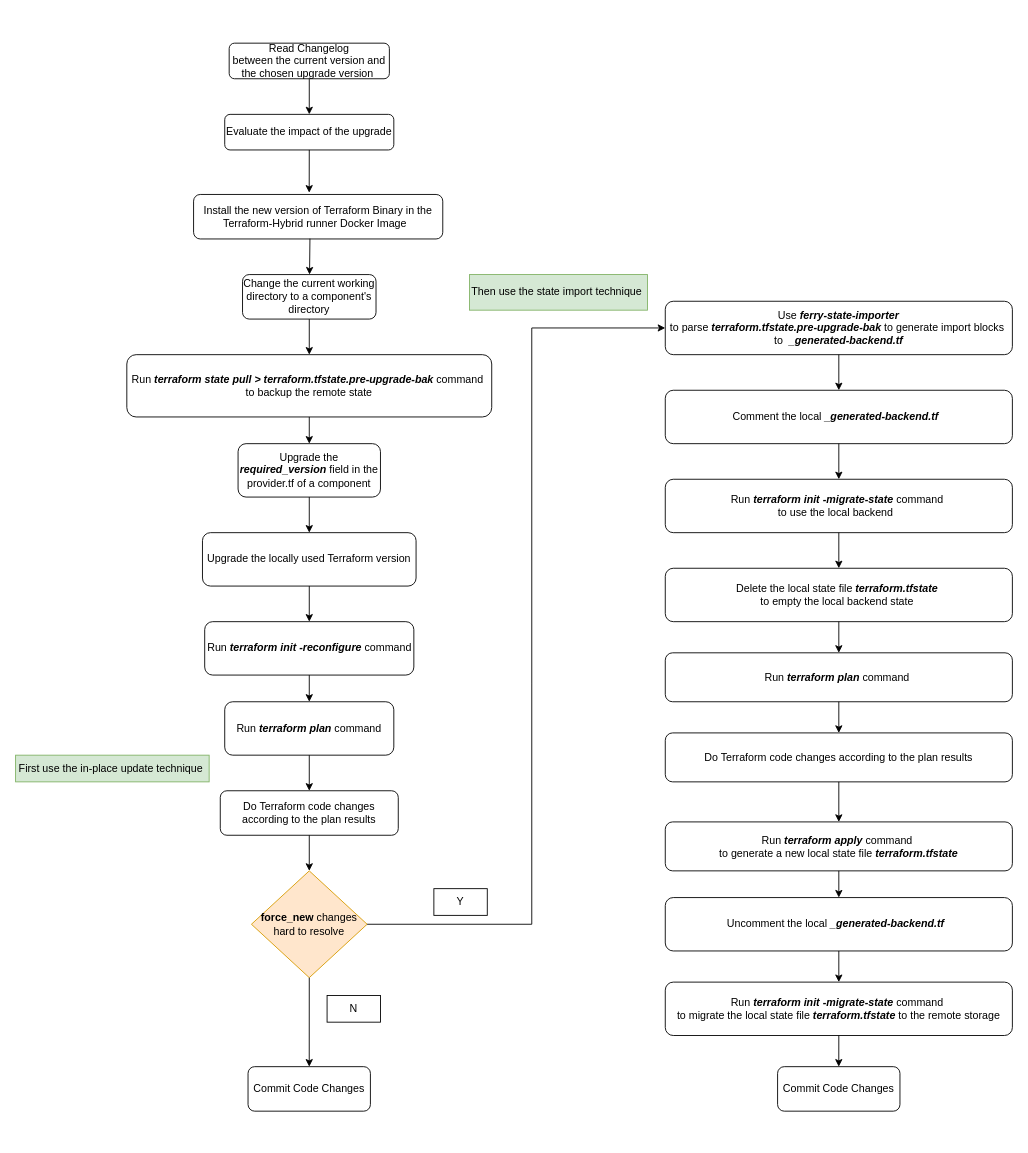
Earlier version of the draw.io diagram page "terraform-upgrade-steps" (3 of 4) of terraform-version-chosen-strategy.drawio (YanshanSong/draw.io). Source tidied: cells renumbered, new cells numbered last; positions are measured from the earlier drawing's top-left corner, leaving out a move shared by most shapes. Both pictures are drawn from the tidied source at 89%, with x=0, y=0 at pixel (15, 43).
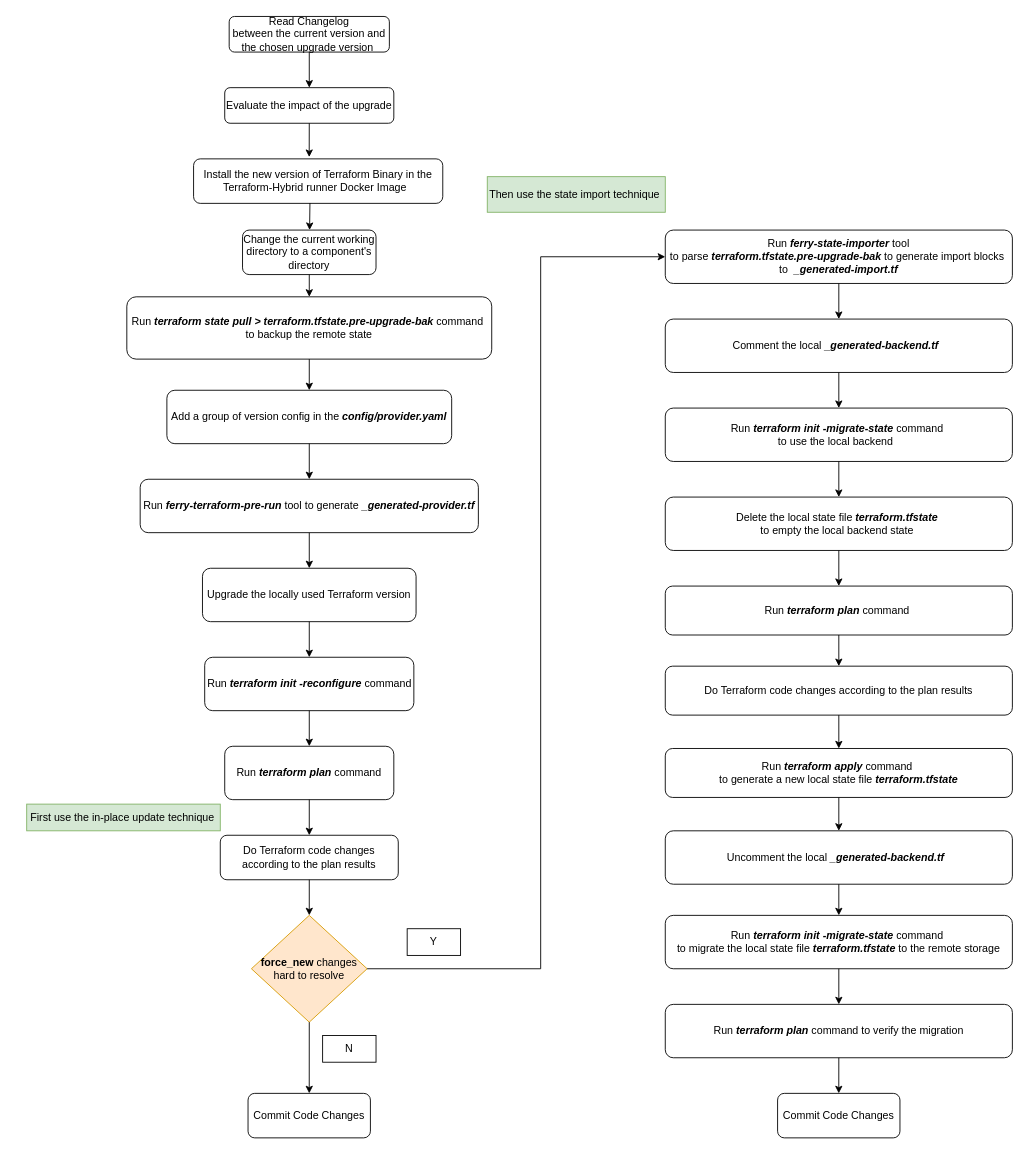
The same page after the edit.

Change to the diagram source:
```diff
@@
     <mxCell id="2" value="Read Changelog&lt;div&gt;between the current version and the chosen upgrade version&amp;nbsp;&lt;/div&gt;" style="rounded=1;whiteSpace=wrap;html=1;" parent="1" vertex="1">
-      <mxGeometry x="240" width="180" height="40" as="geometry" />
+      <mxGeometry x="240" y="-30" width="180" height="40" as="geometry" />
     </mxCell>
     <mxCell id="3" value="Install the new version of Terraform Binary in the Terraform-Hybrid runner Docker Image&amp;nbsp;&amp;nbsp;" style="rounded=1;whiteSpace=wrap;html=1;" parent="1" vertex="1">
-      <mxGeometry x="200" y="170" width="280" height="50" as="geometry" />
+      <mxGeometry x="200" y="130" width="280" height="50" as="geometry" />
     </mxCell>
-    <mxCell id="4" value="Upgrade the &lt;b&gt;&lt;i&gt;required_version&lt;/i&gt;&lt;/b&gt; field in the provider.tf of a component" style="rounded=1;whiteSpace=wrap;html=1;" parent="1" vertex="1">
-      <mxGeometry x="250" y="450" width="160" height="60" as="geometry" />
+    <mxCell id="4" value="Add a group of version config in the &lt;b&gt;&lt;i&gt;config/provider.yaml&lt;/i&gt;&lt;/b&gt;" style="rounded=1;whiteSpace=wrap;html=1;" parent="1" vertex="1">
+      <mxGeometry x="170" y="390" width="320" height="60" as="geometry" />
     </mxCell>
     <mxCell id="5" value="Upgrade the locally used Terraform version" style="rounded=1;whiteSpace=wrap;html=1;" parent="1" vertex="1">
-      <mxGeometry x="210" y="550" width="240" height="60" as="geometry" />
+      <mxGeometry x="210" y="590" width="240" height="60" as="geometry" />
     </mxCell>
     <mxCell id="6" value="Run &lt;b&gt;&lt;i&gt;terraform plan&lt;/i&gt;&lt;/b&gt; command" style="rounded=1;whiteSpace=wrap;html=1;" parent="1" vertex="1">
-      <mxGeometry x="235" y="740" width="190" height="60" as="geometry" />
+      <mxGeometry x="235" y="790" width="190" height="60" as="geometry" />
     </mxCell>
     <mxCell id="7" value="&lt;b&gt;force_new&lt;/b&gt; changes&lt;div&gt;hard to resolve&lt;/div&gt;" style="rhombus;whiteSpace=wrap;html=1;fillColor=#ffe6cc;strokeColor=#d79b00;" parent="1" vertex="1">
-      <mxGeometry x="265" y="930" width="130" height="120" as="geometry" />
+      <mxGeometry x="265" y="980" width="130" height="120" as="geometry" />
     </mxCell>
     <mxCell id="8" value="Run &lt;b&gt;&lt;i&gt;terraform init -reconfigure&lt;/i&gt;&lt;/b&gt;&amp;nbsp;command" style="rounded=1;whiteSpace=wrap;html=1;" parent="1" vertex="1">
-      <mxGeometry x="212.5" y="650" width="235" height="60" as="geometry" />
+      <mxGeometry x="212.5" y="690" width="235" height="60" as="geometry" />
     </mxCell>
     <mxCell id="9" value="Run &lt;i style=&quot;font-weight: bold;&quot;&gt;terraform state pull &amp;gt;&amp;nbsp;terraform.tfstate.pre-upgrade-bak&amp;nbsp;&lt;/i&gt;command&amp;nbsp;&lt;div&gt;to backup the remote state&lt;/div&gt;" style="rounded=1;whiteSpace=wrap;html=1;" parent="1" vertex="1">
-      <mxGeometry x="125" y="350" width="410" height="70" as="geometry" />
+      <mxGeometry x="125" y="285" width="410" height="70" as="geometry" />
     </mxCell>
     <mxCell id="10" value="Change the current working directory to a component's directory" style="rounded=1;whiteSpace=wrap;html=1;" parent="1" vertex="1">
-      <mxGeometry x="255" y="260" width="150" height="50" as="geometry" />
+      <mxGeometry x="255" y="210" width="150" height="50" as="geometry" />
     </mxCell>
     <mxCell id="11" value="Do Terraform code changes according to the plan results" style="rounded=1;whiteSpace=wrap;html=1;" parent="1" vertex="1">
-      <mxGeometry x="230" y="840" width="200" height="50" as="geometry" />
+      <mxGeometry x="230" y="890" width="200" height="50" as="geometry" />
     </mxCell>
     <mxCell id="12" value="Commit Code Changes" style="rounded=1;whiteSpace=wrap;html=1;" parent="1" vertex="1">
-      <mxGeometry x="261.2" y="1150" width="137.5" height="50" as="geometry" />
+      <mxGeometry x="261.2" y="1180" width="137.5" height="50" as="geometry" />
     </mxCell>
     <mxCell id="13" value="Comment the local&amp;nbsp;&lt;b&gt;&lt;i&gt;_generated-backend.tf &lt;/i&gt;&lt;/b&gt;&amp;nbsp;" style="rounded=1;whiteSpace=wrap;html=1;" parent="1" vertex="1">
-      <mxGeometry x="730" y="390" width="390" height="60" as="geometry" />
+      <mxGeometry x="730" y="310" width="390" height="60" as="geometry" />
     </mxCell>
@@
     <mxCell id="15" value="N" style="text;html=1;align=center;verticalAlign=middle;whiteSpace=wrap;rounded=0;fillColor=none;strokeColor=default;" parent="1" vertex="1">
-      <mxGeometry x="350" y="1070" width="60" height="30" as="geometry" />
+      <mxGeometry x="345" y="1115" width="60" height="30" as="geometry" />
     </mxCell>
     <mxCell id="16" style="endArrow=classic;html=1;rounded=0;exitX=1;exitY=0.5;exitDx=0;exitDy=0;entryX=0;entryY=0.5;entryDx=0;entryDy=0;" parent="1" edge="1" source="7" target="21">
       <mxGeometry relative="1" as="geometry">
         <Array as="points">
-          <mxPoint x="580" y="990" />
-          <mxPoint x="580" y="720" />
-          <mxPoint x="580" y="320" />
+          <mxPoint x="590" y="1040" />
+          <mxPoint x="590" y="240" />
         </Array>
       </mxGeometry>
     </mxCell>
     <mxCell id="17" value="Y" style="text;html=1;align=center;verticalAlign=middle;whiteSpace=wrap;rounded=0;fillColor=none;strokeColor=default;" parent="1" vertex="1">
-      <mxGeometry x="470" y="950" width="60" height="30" as="geometry" />
+      <mxGeometry x="440" y="995" width="60" height="30" as="geometry" />
     </mxCell>
     <mxCell id="18" value="Then use the state import technique&amp;nbsp;" style="text;html=1;align=center;verticalAlign=middle;whiteSpace=wrap;rounded=0;strokeColor=#82b366;fillColor=#d5e8d4;" parent="1" vertex="1">
-      <mxGeometry x="510" y="260" width="200" height="40" as="geometry" />
+      <mxGeometry x="530" y="150" width="200" height="40" as="geometry" />
     </mxCell>
     <mxCell id="19" value="Run &lt;i style=&quot;font-weight: bold;&quot;&gt;terraform init&amp;nbsp;-migrate-state &lt;/i&gt;command&amp;nbsp;&lt;div&gt;to use the local backend&amp;nbsp;&amp;nbsp;&lt;/div&gt;" style="rounded=1;whiteSpace=wrap;html=1;" parent="1" vertex="1">
-      <mxGeometry x="730" y="490" width="390" height="60" as="geometry" />
+      <mxGeometry x="730" y="410" width="390" height="60" as="geometry" />
     </mxCell>
     <mxCell id="20" value="Delete the local state file&amp;nbsp;&lt;i style=&quot;font-weight: bold;&quot;&gt;terraform.tfstate&amp;nbsp;&lt;/i&gt;&lt;div&gt;to empty the local backend&amp;nbsp;state&lt;i style=&quot;font-weight: bold;&quot;&gt;&amp;nbsp;&lt;/i&gt;&lt;/div&gt;" style="rounded=1;whiteSpace=wrap;html=1;" parent="1" vertex="1">
-      <mxGeometry x="730" y="590" width="390" height="60" as="geometry" />
+      <mxGeometry x="730" y="510" width="390" height="60" as="geometry" />
     </mxCell>
-    <mxCell id="21" value="Use &lt;i style=&quot;font-weight: bold;&quot;&gt;ferry-state-importer&lt;/i&gt;&lt;div&gt;to parse&amp;nbsp;&lt;i style=&quot;font-weight: bold;&quot;&gt;terraform.tfstate.pre-upgrade-bak&lt;/i&gt;&amp;nbsp;to generate import blocks&amp;nbsp;&lt;div&gt;to&amp;nbsp;&amp;nbsp;&lt;b&gt;&lt;i&gt;_generated-backend.tf&lt;/i&gt;&lt;/b&gt;&lt;/div&gt;&lt;/div&gt;" style="rounded=1;whiteSpace=wrap;html=1;" parent="1" vertex="1">
-      <mxGeometry x="730" y="290" width="390" height="60" as="geometry" />
+    <mxCell id="21" value="Run&amp;nbsp;&lt;i style=&quot;font-weight: bold;&quot;&gt;ferry-state-importer &lt;/i&gt;tool&lt;div&gt;to parse&amp;nbsp;&lt;i style=&quot;font-weight: bold;&quot;&gt;terraform.tfstate.pre-upgrade-bak&lt;/i&gt;&amp;nbsp;to generate import blocks&amp;nbsp;&lt;div&gt;to&amp;nbsp;&amp;nbsp;&lt;b&gt;&lt;i&gt;_generated-import.tf&lt;/i&gt;&lt;/b&gt;&lt;/div&gt;&lt;/div&gt;" style="rounded=1;whiteSpace=wrap;html=1;" parent="1" vertex="1">
+      <mxGeometry x="730" y="210" width="390" height="60" as="geometry" />
     </mxCell>
     <mxCell id="22" value="First use the in-place update technique&amp;nbsp;" style="text;html=1;align=center;verticalAlign=middle;whiteSpace=wrap;rounded=0;strokeColor=#82b366;fillColor=#d5e8d4;" parent="1" vertex="1">
-      <mxGeometry y="800" width="217.5" height="30" as="geometry" />
+      <mxGeometry x="12.5" y="855" width="217.5" height="30" as="geometry" />
     </mxCell>
     <mxCell id="23" value="&lt;div&gt;Run &lt;b&gt;&lt;i&gt;terraform plan&amp;nbsp;&lt;/i&gt;&lt;/b&gt;command&amp;nbsp;&lt;/div&gt;" style="rounded=1;whiteSpace=wrap;html=1;" parent="1" vertex="1">
-      <mxGeometry x="730" y="685" width="390" height="55" as="geometry" />
+      <mxGeometry x="730" y="610" width="390" height="55" as="geometry" />
     </mxCell>
     <mxCell id="24" value="Uncomment the local&amp;nbsp;&lt;b&gt;&lt;i&gt;_generated-backend.tf&amp;nbsp;&lt;/i&gt;&lt;/b&gt;&amp;nbsp;" style="rounded=1;whiteSpace=wrap;html=1;" parent="1" vertex="1">
-      <mxGeometry x="730" y="960" width="390" height="60" as="geometry" />
+      <mxGeometry x="730" y="885" width="390" height="60" as="geometry" />
     </mxCell>
     <mxCell id="25" value="Run &lt;i style=&quot;font-weight: bold;&quot;&gt;terraform init&amp;nbsp;-migrate-state &lt;/i&gt;command&amp;nbsp;&lt;div&gt;to migrate the local state file&amp;nbsp;&lt;span style=&quot;background-color: initial;&quot;&gt;&lt;i style=&quot;font-weight: bold;&quot;&gt;terraform.tfstate &lt;/i&gt;to the remote storage&lt;/span&gt;&lt;/div&gt;" style="rounded=1;whiteSpace=wrap;html=1;" parent="1" vertex="1">
-      <mxGeometry x="730" y="1055" width="390" height="60" as="geometry" />
+      <mxGeometry x="730" y="980" width="390" height="60" as="geometry" />
     </mxCell>
     <mxCell id="26" value="Commit Code Changes" style="rounded=1;whiteSpace=wrap;html=1;" parent="1" vertex="1">
-      <mxGeometry x="856.2" y="1150" width="137.5" height="50" as="geometry" />
+      <mxGeometry x="856.2" y="1180" width="137.5" height="50" as="geometry" />
     </mxCell>
@@
-    <mxCell id="32" style="endArrow=classic;html=1;rounded=0;exitX=0.5;exitY=1;exitDx=0;exitDy=0;entryX=0.5;entryY=0;entryDx=0;entryDy=0;" parent="1" edge="1" source="25" target="26">
-      <mxGeometry relative="1" as="geometry" />
-    </mxCell>
     <mxCell id="33" value="&lt;div&gt;Run &lt;b&gt;&lt;i&gt;terraform apply&lt;/i&gt;&lt;/b&gt; command&amp;nbsp;&lt;/div&gt;&lt;div&gt;to generate a new local state file&amp;nbsp;&lt;b&gt;&lt;i&gt;terraform.tfstate&lt;/i&gt;&lt;/b&gt;&lt;/div&gt;" style="rounded=1;whiteSpace=wrap;html=1;" parent="1" vertex="1">
-      <mxGeometry x="730" y="875" width="390" height="55" as="geometry" />
+      <mxGeometry x="730" y="792.5" width="390" height="55" as="geometry" />
     </mxCell>
     <mxCell id="34" value="Do Terraform code changes according to the plan results" style="rounded=1;whiteSpace=wrap;html=1;" parent="1" vertex="1">
-      <mxGeometry x="730" y="775" width="390" height="55" as="geometry" />
+      <mxGeometry x="730" y="700" width="390" height="55" as="geometry" />
     </mxCell>
@@
     <mxCell id="46" value="Evaluate the impact of the upgrade" style="rounded=1;whiteSpace=wrap;html=1;" parent="1" vertex="1">
-      <mxGeometry x="235" y="80" width="190" height="40" as="geometry" />
+      <mxGeometry x="235" y="50" width="190" height="40" as="geometry" />
     </mxCell>
@@
+    <mxCell id="49" value="Run&amp;nbsp;&lt;i style=&quot;font-weight: bold;&quot;&gt;ferry-terraform-pre-run &lt;/i&gt;tool&lt;i style=&quot;font-weight: bold;&quot;&gt;&amp;nbsp;&lt;/i&gt;to generate &lt;b&gt;&lt;i&gt;_generated-provider.tf&lt;/i&gt;&lt;/b&gt;" style="rounded=1;whiteSpace=wrap;html=1;" parent="1" vertex="1">
+      <mxGeometry x="140" y="490" width="380" height="60" as="geometry" />
+    </mxCell>
+    <mxCell id="50" value="Run &lt;b&gt;&lt;i&gt;terraform plan&lt;/i&gt;&lt;/b&gt;&amp;nbsp;command to verify the migration" style="rounded=1;whiteSpace=wrap;html=1;" parent="1" vertex="1">
+      <mxGeometry x="730" y="1080" width="390" height="60" as="geometry" />
+    </mxCell>
+    <mxCell id="51" style="endArrow=classic;html=1;rounded=0;exitX=0.5;exitY=1;exitDx=0;exitDy=0;entryX=0.5;entryY=0;entryDx=0;entryDy=0;" parent="1" edge="1" source="25" target="50">
+      <mxGeometry relative="1" as="geometry" />
+    </mxCell>
+    <mxCell id="52" style="endArrow=classic;html=1;rounded=0;exitX=0.5;exitY=1;exitDx=0;exitDy=0;entryX=0.5;entryY=0;entryDx=0;entryDy=0;" parent="1" edge="1" source="50" target="26">
+      <mxGeometry relative="1" as="geometry" />
+    </mxCell>
+    <mxCell id="53" style="endArrow=classic;html=1;rounded=0;exitX=0.5;exitY=1;exitDx=0;exitDy=0;" parent="1" edge="1" source="4" target="49">
+      <mxGeometry relative="1" as="geometry" />
+    </mxCell>
```
